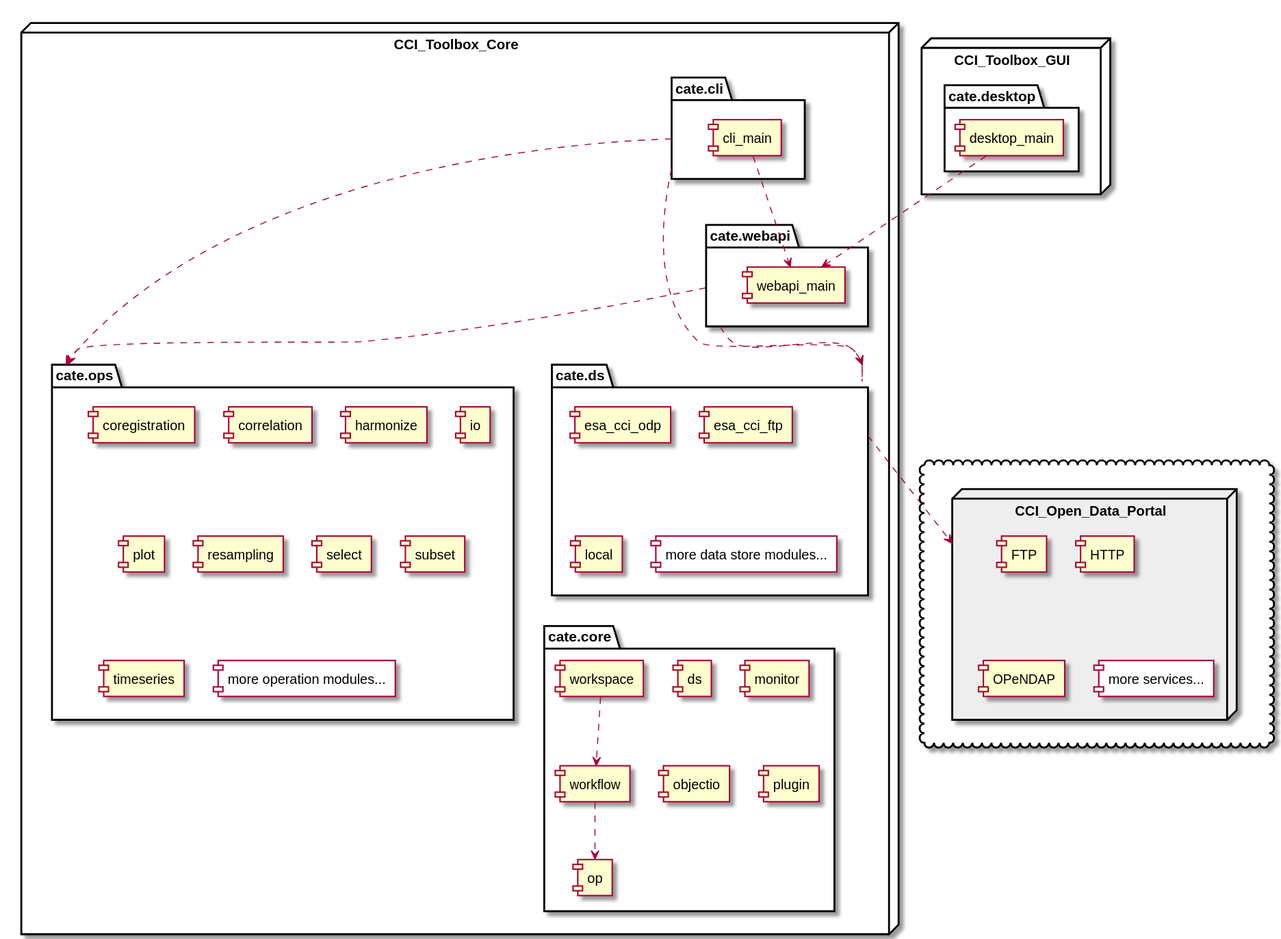
Earlier version of the PlantUML export doc/source/_static/uml/modules.svg (CCI-Tools/cate). Its source is kept beside it as doc/source/uml/modules.puml.
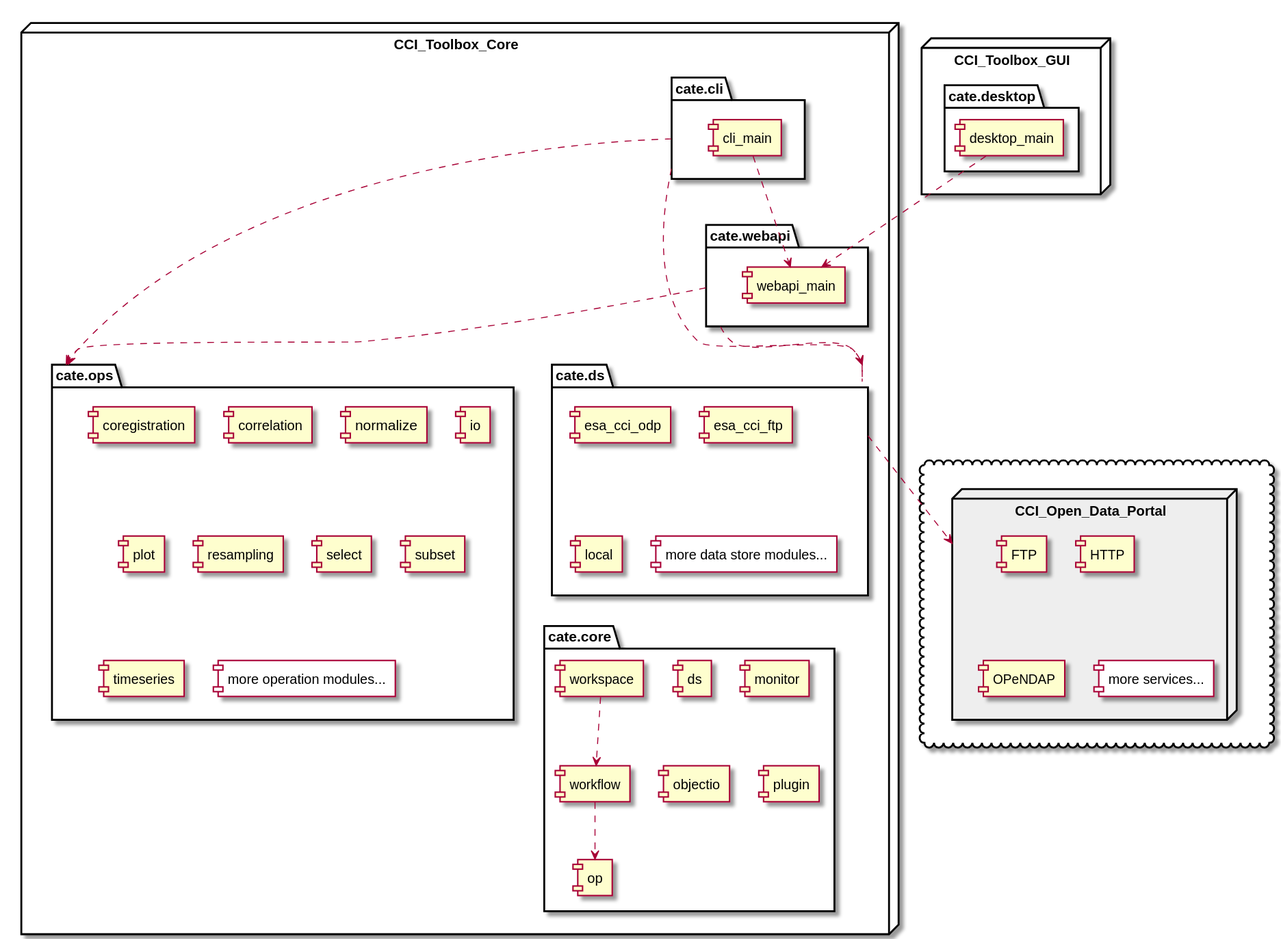
The same diagram one commit later.

Commit message:
renamed "harmonize" op to "normalize" (see #281)

What changed in the source:
```diff
@@ -12,7 +12,7 @@
     package cate.ops {
         [coregistration]
         [correlation]
-        [harmonize]
+        [normalize]
         [io]
         [plot]
         [resampling]
```
